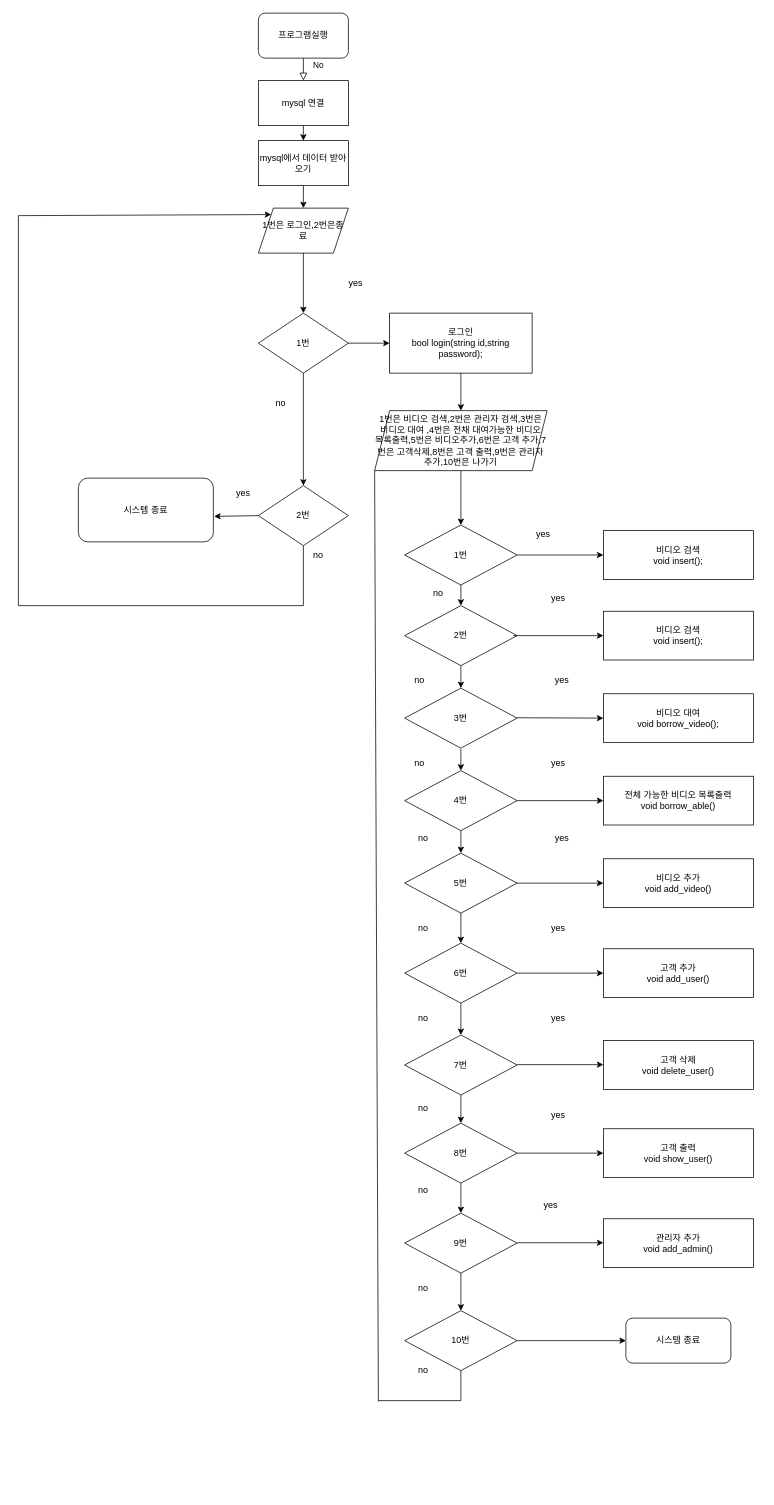
The draw.io diagram 제목 없는 다이어그램.drawio in creepereye/Git-Tutorial, before the edit. Source tidied: cells renumbered, new cells numbered last; positions are measured from the earlier drawing's top-left corner, leaving out a move shared by most shapes. Both pictures are drawn from the tidied source at 75%, with x=0, y=0 at pixel (18, 13).
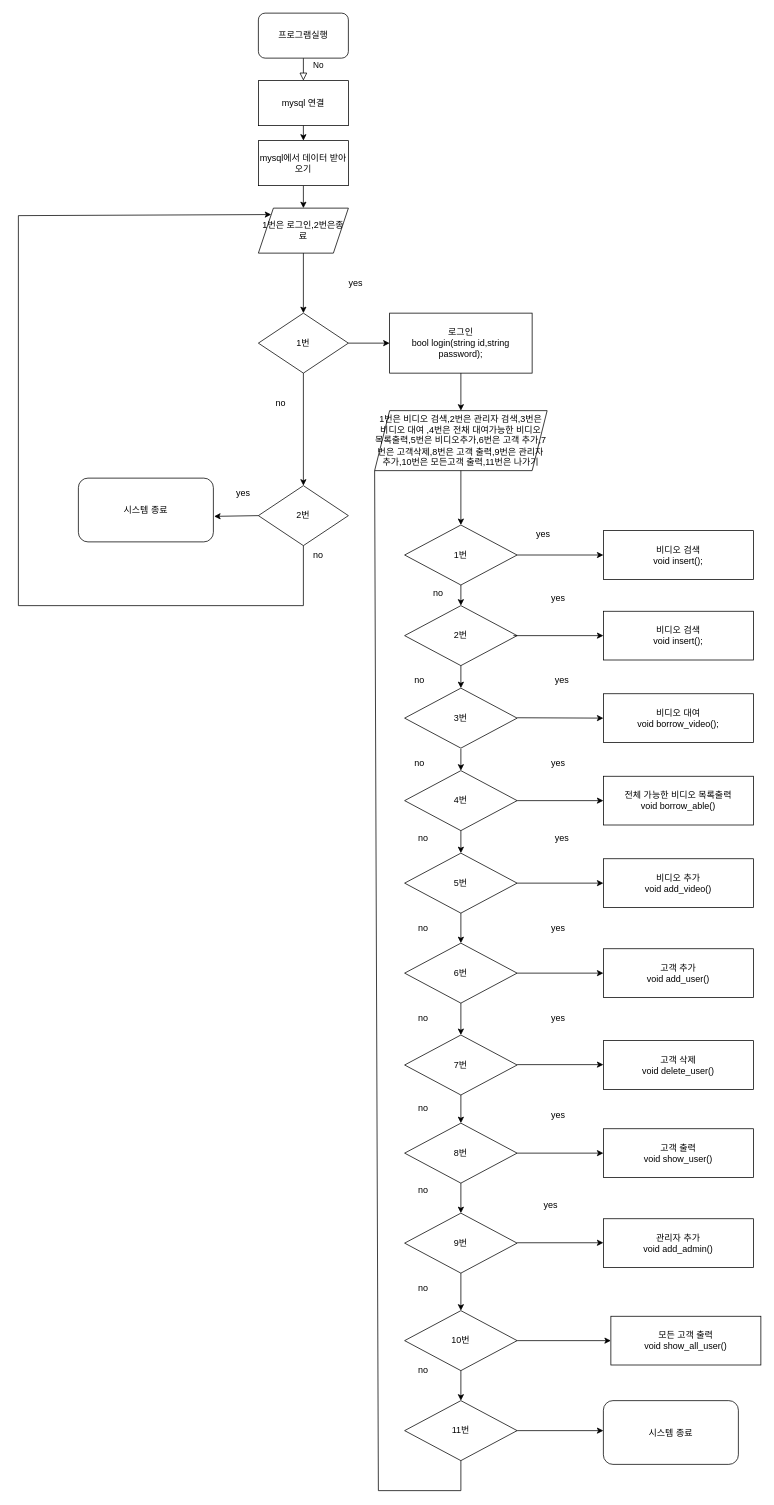
The same diagram, later.

Commit message:
제목 없는 다이어그램.drawio 업데이트

The change refers to these unchanged cells:
```xml
<mxCell id="82" value="10번" style="rhombus;whiteSpace=wrap;html=1;" parent="1" vertex="1">
  <mxGeometry x="515" y="1730" width="150" height="80" as="geometry" />
</mxCell>
```

The edit, as a diff of the source:
```diff
@@
-    <mxCell id="24" value="1번은 비디오 검색,2번은 관리자 검색,3번은 비디오 대여 ,4번은 전채 대여가능한 비디오 목록출력,5번은 비디오추가,6번은 고객 추가,7번은 고객삭제,8번은 고객 출력,9번은 관리자 추가,10번은 나가기" style="shape=parallelogram;perimeter=parallelogramPerimeter;whiteSpace=wrap;html=1;fixedSize=1;" parent="1" vertex="1">
+    <mxCell id="24" value="1번은 비디오 검색,2번은 관리자 검색,3번은 비디오 대여 ,4번은 전채 대여가능한 비디오 목록출력,5번은 비디오추가,6번은 고객 추가,7번은 고객삭제,8번은 고객 출력,9번은 관리자 추가,10번은 모든고객 출력,11번은 나가기" style="shape=parallelogram;perimeter=parallelogramPerimeter;whiteSpace=wrap;html=1;fixedSize=1;" parent="1" vertex="1">
       <mxGeometry x="475" y="530" width="230" height="80" as="geometry" />
     </mxCell>
@@
-    <mxCell id="61" value="시스템 종료" style="rounded=1;whiteSpace=wrap;html=1;" parent="1" vertex="1">
-      <mxGeometry x="810" y="1740" width="140" height="60" as="geometry" />
-    </mxCell>
@@
-    <mxCell id="84" style="endArrow=classic;html=1;exitX=1;exitY=0.5;exitDx=0;exitDy=0;entryX=0;entryY=0.5;entryDx=0;entryDy=0;" parent="1" edge="1" source="82" target="61">
+    <mxCell id="84" style="endArrow=classic;html=1;exitX=1;exitY=0.5;exitDx=0;exitDy=0;entryX=0;entryY=0.5;entryDx=0;entryDy=0;" parent="1" edge="1" source="82" target="89">
       <mxGeometry relative="1" as="geometry" />
     </mxCell>
@@
-    <mxCell id="86" style="endArrow=none;html=1;entryX=0.5;entryY=1;entryDx=0;entryDy=0;" parent="1" edge="1" target="82">
-      <mxGeometry relative="1" as="geometry">
-        <mxPoint x="590" y="1850" as="sourcePoint" />
-      </mxGeometry>
-    </mxCell>
     <mxCell id="87" style="endArrow=none;html=1;" parent="1" edge="1">
       <mxGeometry relative="1" as="geometry">
-        <mxPoint x="480" y="1850" as="sourcePoint" />
-        <mxPoint x="590" y="1850" as="targetPoint" />
+        <mxPoint x="480" y="1970" as="sourcePoint" />
+        <mxPoint x="590" y="1970" as="targetPoint" />
       </mxGeometry>
     </mxCell>
     <mxCell id="88" style="endArrow=none;html=1;exitX=0;exitY=1;exitDx=0;exitDy=0;" parent="1" edge="1" source="24">
       <mxGeometry relative="1" as="geometry">
-        <mxPoint x="480" y="1851" as="targetPoint" />
+        <mxPoint x="480" y="1970" as="targetPoint" />
       </mxGeometry>
     </mxCell>
+    <mxCell id="89" value="모든 고객 출력&lt;br&gt;void show_all_user()" style="rounded=0;whiteSpace=wrap;html=1;" parent="1" vertex="1">
+      <mxGeometry x="790" y="1737.5" width="200" height="65" as="geometry" />
+    </mxCell>
+    <mxCell id="90" value="11번" style="rhombus;whiteSpace=wrap;html=1;" parent="1" vertex="1">
+      <mxGeometry x="515" y="1850" width="150" height="80" as="geometry" />
+    </mxCell>
+    <mxCell id="91" style="endArrow=classic;html=1;" parent="1" edge="1" target="90">
+      <mxGeometry relative="1" as="geometry">
+        <mxPoint x="590" y="1810" as="sourcePoint" />
+      </mxGeometry>
+    </mxCell>
+    <mxCell id="92" style="endArrow=none;html=1;entryX=0.5;entryY=1;entryDx=0;entryDy=0;" parent="1" edge="1" target="90">
+      <mxGeometry relative="1" as="geometry">
+        <mxPoint x="590" y="1970" as="sourcePoint" />
+      </mxGeometry>
+    </mxCell>
+    <mxCell id="93" style="endArrow=classic;html=1;exitX=1;exitY=0.5;exitDx=0;exitDy=0;" parent="1" edge="1" source="90">
+      <mxGeometry relative="1" as="geometry">
+        <mxPoint x="780" y="1890" as="targetPoint" />
+      </mxGeometry>
+    </mxCell>
+    <mxCell id="61" value="시스템 종료" style="rounded=1;whiteSpace=wrap;html=1;" parent="1" vertex="1">
+      <mxGeometry x="780" y="1850" width="180" height="85" as="geometry" />
+    </mxCell>
```
